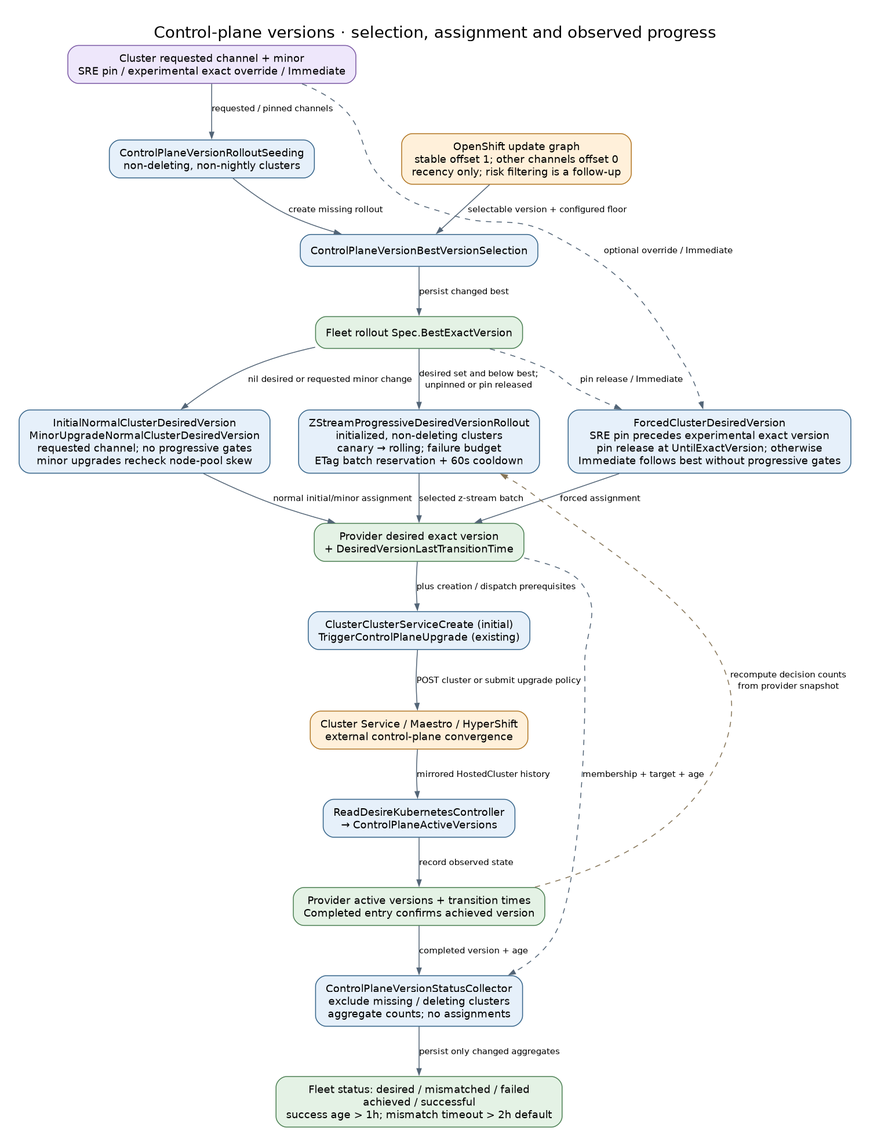
Before: docs/diagrams/controller-flows/control-plane-version-rollout.png, a diagram exported from Graphviz (Azure/ARO-HCP). Its source is kept beside it as docs/diagrams/controller-flows/control-plane-version-rollout.dot.
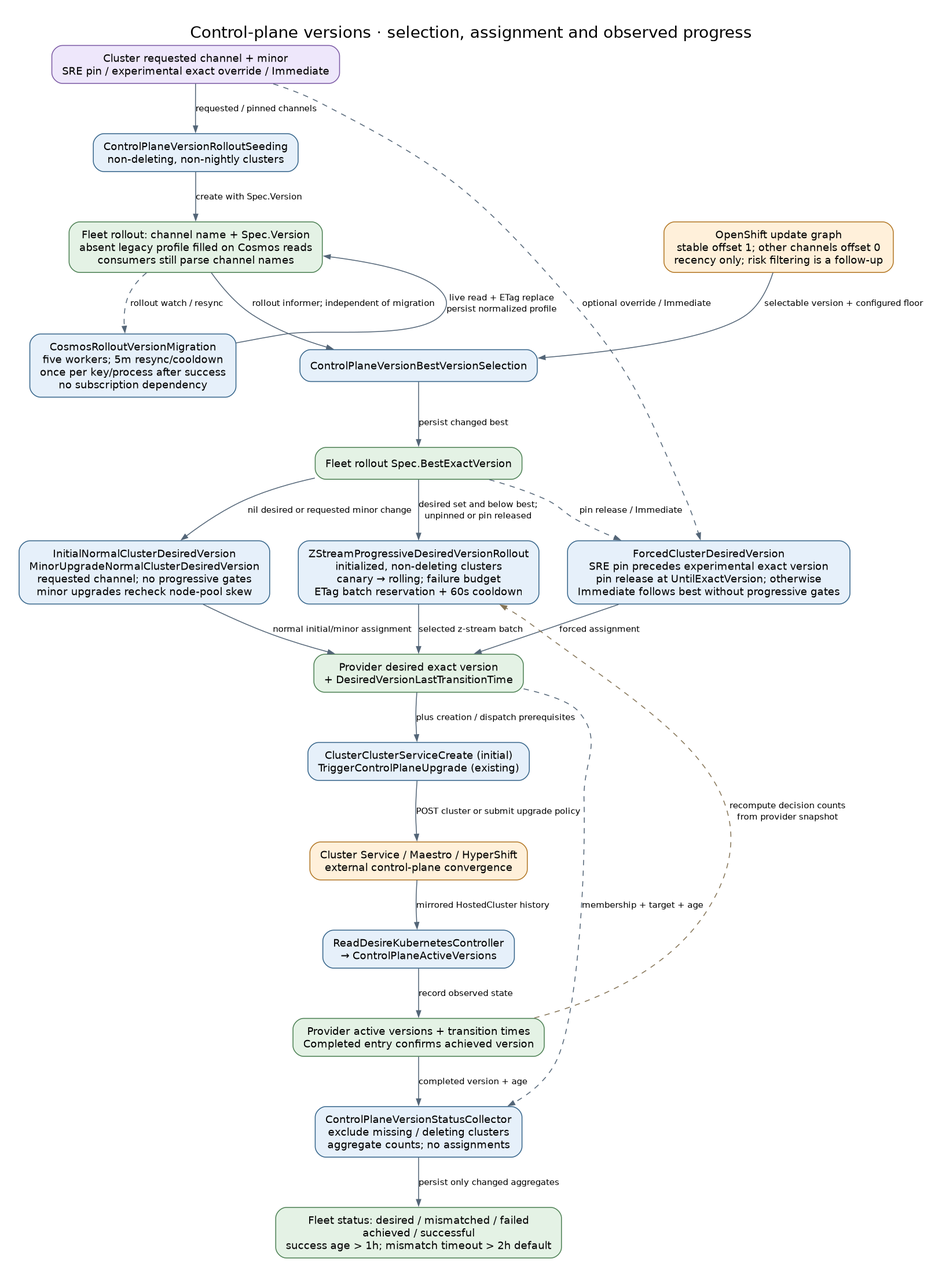
After the change.

The edit, as a diff of the source:
```diff
@@ -4,6 +4,8 @@
   edge [color="#536577", fontname="DejaVu Sans", fontsize=10, arrowsize=0.7];
   request [label="Cluster requested channel + minor\nSRE pin / experimental exact override / Immediate", fillcolor="#eee7fb", color="#7b59a4"];
   seed [label="ControlPlaneVersionRolloutSeeding\nnon-deleting, non-nightly clusters"];
+  rollout [label="Fleet rollout: channel name + Spec.Version\nabsent legacy profile filled on Cosmos reads\nconsumers still parse channel names", fillcolor="#e4f2e5", color="#4c8053"];
+  migration [label="CosmosRolloutVersionMigration\nfive workers; 5m resync/cooldown\nonce per key/process after success\nno subscription dependency"];
   best [label="ControlPlaneVersionBestVersionSelection"];
   updategraph [label="OpenShift update graph\nstable offset 1; other channels offset 0\nrecency only; risk filtering is a follow-up", fillcolor="#fff0da", color="#b27624"];
   target [label="Fleet rollout Spec.BestExactVersion", fillcolor="#e4f2e5", color="#4c8053"];
@@ -18,7 +20,10 @@
   status [label="ControlPlaneVersionStatusCollector\nexclude missing / deleting clusters\naggregate counts; no assignments"];
   counts [label="Fleet status: desired / mismatched / failed\nachieved / successful\nsuccess age > 1h; mismatch timeout > 2h default", fillcolor="#e4f2e5", color="#4c8053"];
   request -> seed [label="requested / pinned channels"];
-  seed -> best [label="create missing rollout"];
+  seed -> rollout [label="create with Spec.Version"];
+  rollout -> best [label="rollout informer; independent of migration"];
+  rollout -> migration [label="rollout watch / resync", style=dashed];
+  migration -> rollout [label="live read + ETag replace\npersist normalized profile", constraint=false];
   updategraph -> best [label="selectable version + configured floor"];
   best -> target [label="persist changed best"];
   target -> initial [label="nil desired or requested minor change"];
```
